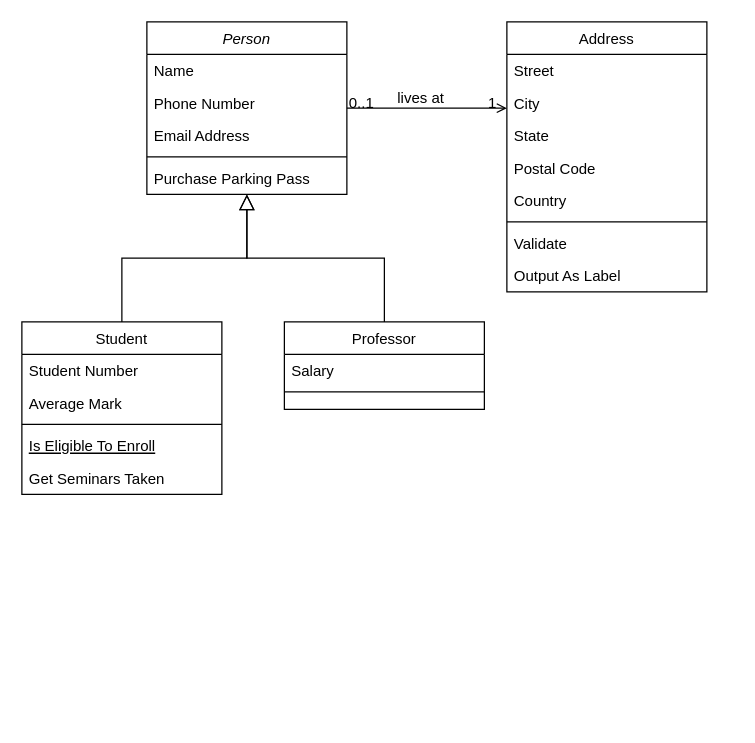
This is clas-diagram.drawio from rikirns/alur-perpus-digital, a draw.io file, before an edit. Source tidied: cells renumbered, new cells numbered last; positions are measured from the earlier drawing's top-left corner, leaving out a move shared by most shapes. Both pictures are drawn from the tidied source at 125%, with x=0, y=0 at pixel (21, 21).
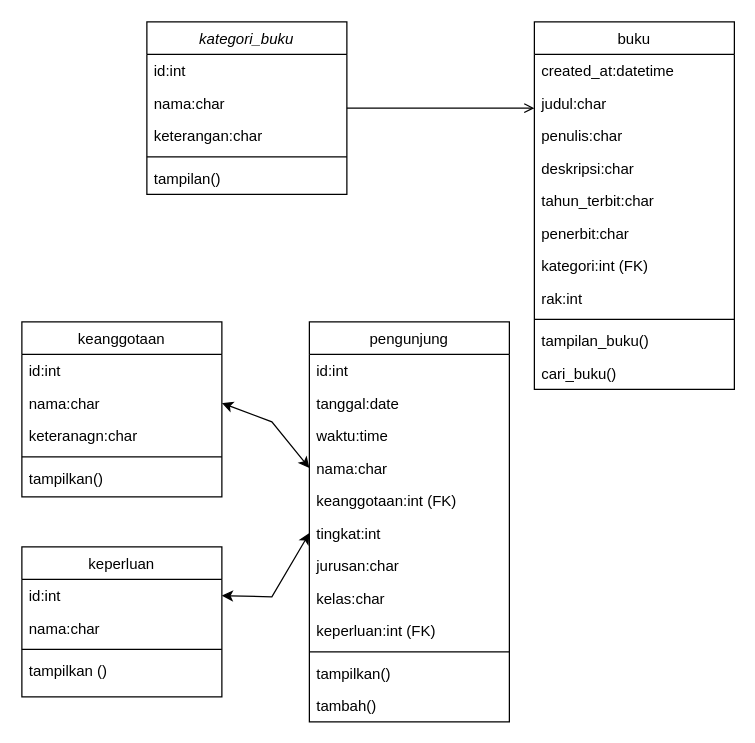
The same page after the edit.

Unchanged cells that the change refers to:
```xml
<mxCell id="28" style="endArrow=open;shadow=0;strokeWidth=1;rounded=0;endFill=1;edgeStyle=elbowEdgeStyle;elbow=vertical;" parent="1" edge="1" source="2" target="19">
  <mxGeometry x="0.5" y="41" relative="1" as="geometry">
    <mxPoint x="-40" y="32" as="offset" />
  </mxGeometry>
</mxCell>
```

The edit, as a diff of the source:
```diff
@@
-    <mxCell id="2" value="Person" style="swimlane;fontStyle=2;align=center;verticalAlign=top;horizontal=1;startSize=26;rounded=0;shadow=0;strokeWidth=1;" parent="1" vertex="1">
+    <mxCell id="2" value="kategori_buku" style="swimlane;fontStyle=2;align=center;verticalAlign=top;horizontal=1;startSize=26;rounded=0;shadow=0;strokeWidth=1;" parent="1" vertex="1">
       <mxGeometry x="100" width="160" height="138" as="geometry" />
     </mxCell>
-    <mxCell id="3" value="Name" style="text;align=left;verticalAlign=top;spacingLeft=4;spacingRight=4;overflow=hidden;" parent="2" vertex="1">
+    <mxCell id="3" value="id:int" style="text;align=left;verticalAlign=top;spacingLeft=4;spacingRight=4;overflow=hidden;" parent="2" vertex="1">
       <mxGeometry y="26" width="160" height="26" as="geometry" />
     </mxCell>
-    <mxCell id="4" value="Phone Number" style="text;align=left;verticalAlign=top;spacingLeft=4;spacingRight=4;overflow=hidden;rounded=0;shadow=0;html=0;" parent="2" vertex="1">
+    <mxCell id="4" value="nama:char" style="text;align=left;verticalAlign=top;spacingLeft=4;spacingRight=4;overflow=hidden;rounded=0;shadow=0;html=0;" parent="2" vertex="1">
       <mxGeometry y="52" width="160" height="26" as="geometry" />
     </mxCell>
-    <mxCell id="5" value="Email Address" style="text;align=left;verticalAlign=top;spacingLeft=4;spacingRight=4;overflow=hidden;rounded=0;shadow=0;html=0;" parent="2" vertex="1">
+    <mxCell id="5" value="keterangan:char" style="text;align=left;verticalAlign=top;spacingLeft=4;spacingRight=4;overflow=hidden;rounded=0;shadow=0;html=0;" parent="2" vertex="1">
       <mxGeometry y="78" width="160" height="26" as="geometry" />
     </mxCell>
@@
-    <mxCell id="7" value="Purchase Parking Pass" style="text;align=left;verticalAlign=top;spacingLeft=4;spacingRight=4;overflow=hidden;" parent="2" vertex="1">
+    <mxCell id="7" value="tampilan()" style="text;align=left;verticalAlign=top;spacingLeft=4;spacingRight=4;overflow=hidden;" parent="2" vertex="1">
       <mxGeometry y="112" width="160" height="26" as="geometry" />
     </mxCell>
-    <mxCell id="8" value="Student" style="swimlane;fontStyle=0;align=center;verticalAlign=top;horizontal=1;startSize=26;rounded=0;shadow=0;strokeWidth=1;" parent="1" vertex="1">
-      <mxGeometry y="240" width="160" height="138" as="geometry" />
+    <mxCell id="8" value="keanggotaan" style="swimlane;fontStyle=0;align=center;verticalAlign=top;horizontal=1;startSize=26;rounded=0;shadow=0;strokeWidth=1;" parent="1" vertex="1">
+      <mxGeometry y="240" width="160" height="140" as="geometry" />
     </mxCell>
-    <mxCell id="9" value="Student Number" style="text;align=left;verticalAlign=top;spacingLeft=4;spacingRight=4;overflow=hidden;" parent="8" vertex="1">
+    <mxCell id="9" value="id:int" style="text;align=left;verticalAlign=top;spacingLeft=4;spacingRight=4;overflow=hidden;" parent="8" vertex="1">
       <mxGeometry y="26" width="160" height="26" as="geometry" />
     </mxCell>
-    <mxCell id="10" value="Average Mark" style="text;align=left;verticalAlign=top;spacingLeft=4;spacingRight=4;overflow=hidden;points=[[0,0.5],[1,0.5]];portConstraint=eastwest;rounded=0;shadow=0;html=0;" parent="8" vertex="1">
+    <mxCell id="10" value="nama:char" style="text;align=left;verticalAlign=top;spacingLeft=4;spacingRight=4;overflow=hidden;points=[[0,0.5],[1,0.5]];portConstraint=eastwest;rounded=0;shadow=0;html=0;" parent="8" vertex="1">
       <mxGeometry y="52" width="160" height="26" as="geometry" />
     </mxCell>
+    <mxCell id="12" value="keteranagn:char" style="text;align=left;verticalAlign=top;spacingLeft=4;spacingRight=4;overflow=hidden;fontStyle=0;" parent="8" vertex="1">
+      <mxGeometry y="78" width="160" height="26" as="geometry" />
+    </mxCell>
     <mxCell id="11" style="line;html=1;strokeWidth=1;align=left;verticalAlign=middle;spacingTop=-1;spacingLeft=3;spacingRight=3;labelPosition=right;" parent="8" vertex="1">
-      <mxGeometry y="78" width="160" height="8" as="geometry" />
+      <mxGeometry y="104" width="160" height="8" as="geometry" />
     </mxCell>
-    <mxCell id="12" value="Is Eligible To Enroll" style="text;align=left;verticalAlign=top;spacingLeft=4;spacingRight=4;overflow=hidden;fontStyle=4;" parent="8" vertex="1">
-      <mxGeometry y="86" width="160" height="26" as="geometry" />
-    </mxCell>
-    <mxCell id="13" value="Get Seminars Taken" style="text;align=left;verticalAlign=top;spacingLeft=4;spacingRight=4;overflow=hidden;" parent="8" vertex="1">
-      <mxGeometry y="112" width="160" height="26" as="geometry" />
-    </mxCell>
-    <mxCell id="14" style="endArrow=block;endSize=10;endFill=0;shadow=0;strokeWidth=1;rounded=0;edgeStyle=elbowEdgeStyle;elbow=vertical;" parent="1" edge="1" source="8" target="2">
-      <mxGeometry relative="1" as="geometry" />
-    </mxCell>
+    <mxCell id="32" value="tampilkan()" style="text;align=left;verticalAlign=top;spacingLeft=4;spacingRight=4;overflow=hidden;rounded=0;shadow=0;html=0;" parent="8" vertex="1">
+      <mxGeometry y="112" width="160" height="26" as="geometry" />
+    </mxCell>
-    <mxCell id="15" value="Professor" style="swimlane;fontStyle=0;align=center;verticalAlign=top;horizontal=1;startSize=26;rounded=0;shadow=0;strokeWidth=1;" parent="1" vertex="1">
-      <mxGeometry x="210" y="240" width="160" height="70" as="geometry" />
+    <mxCell id="15" value="pengunjung" style="swimlane;fontStyle=0;align=center;verticalAlign=top;horizontal=1;startSize=26;rounded=0;shadow=0;strokeWidth=1;" parent="1" vertex="1">
+      <mxGeometry x="230" y="240" width="160" height="320" as="geometry" />
     </mxCell>
-    <mxCell id="16" value="Salary" style="text;align=left;verticalAlign=top;spacingLeft=4;spacingRight=4;overflow=hidden;" parent="15" vertex="1">
+    <mxCell id="16" value="id:int" style="text;align=left;verticalAlign=top;spacingLeft=4;spacingRight=4;overflow=hidden;" parent="15" vertex="1">
       <mxGeometry y="26" width="160" height="26" as="geometry" />
     </mxCell>
+    <mxCell id="33" value="tanggal:date" style="text;align=left;verticalAlign=top;spacingLeft=4;spacingRight=4;overflow=hidden;" parent="15" vertex="1">
+      <mxGeometry y="52" width="160" height="26" as="geometry" />
+    </mxCell>
+    <mxCell id="34" value="waktu:time" style="text;align=left;verticalAlign=top;spacingLeft=4;spacingRight=4;overflow=hidden;" parent="15" vertex="1">
+      <mxGeometry y="78" width="160" height="26" as="geometry" />
+    </mxCell>
+    <mxCell id="35" value="nama:char" style="text;align=left;verticalAlign=top;spacingLeft=4;spacingRight=4;overflow=hidden;points=[[0,0.5],[1,0.5]];portConstraint=eastwest;" parent="15" vertex="1">
+      <mxGeometry y="104" width="160" height="26" as="geometry" />
+    </mxCell>
+    <mxCell id="36" value="keanggotaan:int (FK)" style="text;align=left;verticalAlign=top;spacingLeft=4;spacingRight=4;overflow=hidden;" parent="15" vertex="1">
+      <mxGeometry y="130" width="160" height="26" as="geometry" />
+    </mxCell>
+    <mxCell id="37" value="tingkat:int" style="text;align=left;verticalAlign=top;spacingLeft=4;spacingRight=4;overflow=hidden;points=[[0,0.5],[1,0.5]];portConstraint=eastwest;" parent="15" vertex="1">
+      <mxGeometry y="156" width="160" height="26" as="geometry" />
+    </mxCell>
+    <mxCell id="38" value="jurusan:char" style="text;align=left;verticalAlign=top;spacingLeft=4;spacingRight=4;overflow=hidden;" parent="15" vertex="1">
+      <mxGeometry y="182" width="160" height="26" as="geometry" />
+    </mxCell>
+    <mxCell id="39" value="kelas:char" style="text;align=left;verticalAlign=top;spacingLeft=4;spacingRight=4;overflow=hidden;" parent="15" vertex="1">
+      <mxGeometry y="208" width="160" height="26" as="geometry" />
+    </mxCell>
+    <mxCell id="40" value="keperluan:int (FK)" style="text;align=left;verticalAlign=top;spacingLeft=4;spacingRight=4;overflow=hidden;" parent="15" vertex="1">
+      <mxGeometry y="234" width="160" height="26" as="geometry" />
+    </mxCell>
     <mxCell id="17" style="line;html=1;strokeWidth=1;align=left;verticalAlign=middle;spacingTop=-1;spacingLeft=3;spacingRight=3;labelPosition=right;" parent="15" vertex="1">
-      <mxGeometry y="52" width="160" height="8" as="geometry" />
+      <mxGeometry y="260" width="160" height="8" as="geometry" />
     </mxCell>
-    <mxCell id="18" style="endArrow=block;endSize=10;endFill=0;shadow=0;strokeWidth=1;rounded=0;edgeStyle=elbowEdgeStyle;elbow=vertical;" parent="1" edge="1" source="15" target="2">
-      <mxGeometry relative="1" as="geometry" />
-    </mxCell>
+    <mxCell id="41" value="tampilkan()" style="text;align=left;verticalAlign=top;spacingLeft=4;spacingRight=4;overflow=hidden;" parent="15" vertex="1">
+      <mxGeometry y="268" width="160" height="26" as="geometry" />
+    </mxCell>
+    <mxCell id="42" value="tambah()" style="text;align=left;verticalAlign=top;spacingLeft=4;spacingRight=4;overflow=hidden;" parent="15" vertex="1">
+      <mxGeometry y="294" width="160" height="26" as="geometry" />
+    </mxCell>
-    <mxCell id="19" value="Address" style="swimlane;fontStyle=0;align=center;verticalAlign=top;horizontal=1;startSize=26;rounded=0;shadow=0;strokeWidth=1;" parent="1" vertex="1">
-      <mxGeometry x="388" width="160" height="216" as="geometry" />
+    <mxCell id="19" value="buku" style="swimlane;fontStyle=0;align=center;verticalAlign=top;horizontal=1;startSize=26;rounded=0;shadow=0;strokeWidth=1;" parent="1" vertex="1">
+      <mxGeometry x="410" width="160" height="294" as="geometry" />
     </mxCell>
-    <mxCell id="20" value="Street" style="text;align=left;verticalAlign=top;spacingLeft=4;spacingRight=4;overflow=hidden;" parent="19" vertex="1">
+    <mxCell id="20" value="created_at:datetime" style="text;align=left;verticalAlign=top;spacingLeft=4;spacingRight=4;overflow=hidden;" parent="19" vertex="1">
       <mxGeometry y="26" width="160" height="26" as="geometry" />
     </mxCell>
-    <mxCell id="21" value="City" style="text;align=left;verticalAlign=top;spacingLeft=4;spacingRight=4;overflow=hidden;rounded=0;shadow=0;html=0;" parent="19" vertex="1">
+    <mxCell id="21" value="judul:char" style="text;align=left;verticalAlign=top;spacingLeft=4;spacingRight=4;overflow=hidden;rounded=0;shadow=0;html=0;" parent="19" vertex="1">
       <mxGeometry y="52" width="160" height="26" as="geometry" />
     </mxCell>
-    <mxCell id="22" value="State" style="text;align=left;verticalAlign=top;spacingLeft=4;spacingRight=4;overflow=hidden;rounded=0;shadow=0;html=0;" parent="19" vertex="1">
+    <mxCell id="22" value="penulis:char" style="text;align=left;verticalAlign=top;spacingLeft=4;spacingRight=4;overflow=hidden;rounded=0;shadow=0;html=0;" parent="19" vertex="1">
       <mxGeometry y="78" width="160" height="26" as="geometry" />
     </mxCell>
-    <mxCell id="23" value="Postal Code" style="text;align=left;verticalAlign=top;spacingLeft=4;spacingRight=4;overflow=hidden;rounded=0;shadow=0;html=0;" parent="19" vertex="1">
+    <mxCell id="23" value="deskripsi:char" style="text;align=left;verticalAlign=top;spacingLeft=4;spacingRight=4;overflow=hidden;rounded=0;shadow=0;html=0;" parent="19" vertex="1">
       <mxGeometry y="104" width="160" height="26" as="geometry" />
     </mxCell>
-    <mxCell id="24" value="Country" style="text;align=left;verticalAlign=top;spacingLeft=4;spacingRight=4;overflow=hidden;rounded=0;shadow=0;html=0;" parent="19" vertex="1">
+    <mxCell id="24" value="tahun_terbit:char" style="text;align=left;verticalAlign=top;spacingLeft=4;spacingRight=4;overflow=hidden;rounded=0;shadow=0;html=0;" parent="19" vertex="1">
       <mxGeometry y="130" width="160" height="26" as="geometry" />
     </mxCell>
+    <mxCell id="43" value="penerbit:char" style="text;align=left;verticalAlign=top;spacingLeft=4;spacingRight=4;overflow=hidden;rounded=0;shadow=0;html=0;" parent="19" vertex="1">
+      <mxGeometry y="156" width="160" height="26" as="geometry" />
+    </mxCell>
+    <mxCell id="44" value="kategori:int (FK)" style="text;align=left;verticalAlign=top;spacingLeft=4;spacingRight=4;overflow=hidden;rounded=0;shadow=0;html=0;" parent="19" vertex="1">
+      <mxGeometry y="182" width="160" height="26" as="geometry" />
+    </mxCell>
+    <mxCell id="45" value="rak:int" style="text;align=left;verticalAlign=top;spacingLeft=4;spacingRight=4;overflow=hidden;rounded=0;shadow=0;html=0;" parent="19" vertex="1">
+      <mxGeometry y="208" width="160" height="26" as="geometry" />
+    </mxCell>
     <mxCell id="25" style="line;html=1;strokeWidth=1;align=left;verticalAlign=middle;spacingTop=-1;spacingLeft=3;spacingRight=3;labelPosition=right;" parent="19" vertex="1">
-      <mxGeometry y="156" width="160" height="8" as="geometry" />
+      <mxGeometry y="234" width="160" height="8" as="geometry" />
     </mxCell>
-    <mxCell id="26" value="Validate" style="text;align=left;verticalAlign=top;spacingLeft=4;spacingRight=4;overflow=hidden;" parent="19" vertex="1">
-      <mxGeometry y="164" width="160" height="26" as="geometry" />
+    <mxCell id="26" value="tampilan_buku()" style="text;align=left;verticalAlign=top;spacingLeft=4;spacingRight=4;overflow=hidden;" parent="19" vertex="1">
+      <mxGeometry y="242" width="160" height="26" as="geometry" />
     </mxCell>
-    <mxCell id="27" value="Output As Label" style="text;align=left;verticalAlign=top;spacingLeft=4;spacingRight=4;overflow=hidden;" parent="19" vertex="1">
-      <mxGeometry y="190" width="160" height="26" as="geometry" />
+    <mxCell id="27" value="cari_buku()" style="text;align=left;verticalAlign=top;spacingLeft=4;spacingRight=4;overflow=hidden;" parent="19" vertex="1">
+      <mxGeometry y="268" width="160" height="26" as="geometry" />
     </mxCell>
@@
-    <mxCell id="29" value="0..1" style="align=left;verticalAlign=bottom;labelBackgroundColor=none;fontSize=12;" parent="28" vertex="1">
-      <mxGeometry x="-1" relative="1" as="geometry">
-        <mxPoint y="4" as="offset" />
-      </mxGeometry>
-    </mxCell>
-    <mxCell id="30" value="1" style="align=right;verticalAlign=bottom;labelBackgroundColor=none;fontSize=12;" parent="28" vertex="1">
-      <mxGeometry x="1" relative="1" as="geometry">
-        <mxPoint x="-7" y="4" as="offset" />
-      </mxGeometry>
-    </mxCell>
-    <mxCell id="31" value="lives at" style="text;html=1;align=center;verticalAlign=middle;labelBackgroundColor=none;rounded=0;shadow=0;strokeWidth=1;fontSize=12;" parent="28" vertex="1">
-      <mxGeometry x="0.5" y="49" relative="1" as="geometry">
-        <mxPoint x="-38" y="40" as="offset" />
-      </mxGeometry>
-    </mxCell>
+    <mxCell id="46" value="keperluan" style="swimlane;fontStyle=0;align=center;verticalAlign=top;horizontal=1;startSize=26;rounded=0;shadow=0;strokeWidth=1;" parent="1" vertex="1">
+      <mxGeometry y="420" width="160" height="120" as="geometry" />
+    </mxCell>
+    <mxCell id="47" value="id:int" style="text;align=left;verticalAlign=top;spacingLeft=4;spacingRight=4;overflow=hidden;points=[[0,0.5],[1,0.5]];portConstraint=eastwest;" parent="46" vertex="1">
+      <mxGeometry y="26" width="160" height="26" as="geometry" />
+    </mxCell>
+    <mxCell id="48" value="nama:char" style="text;align=left;verticalAlign=top;spacingLeft=4;spacingRight=4;overflow=hidden;rounded=0;shadow=0;html=0;" parent="46" vertex="1">
+      <mxGeometry y="52" width="160" height="26" as="geometry" />
+    </mxCell>
+    <mxCell id="49" style="line;html=1;strokeWidth=1;align=left;verticalAlign=middle;spacingTop=-1;spacingLeft=3;spacingRight=3;labelPosition=right;" parent="46" vertex="1">
+      <mxGeometry y="78" width="160" height="8" as="geometry" />
+    </mxCell>
+    <mxCell id="50" value="tampilkan ()" style="text;align=left;verticalAlign=top;spacingLeft=4;spacingRight=4;overflow=hidden;fontStyle=0;" parent="46" vertex="1">
+      <mxGeometry y="86" width="160" height="26" as="geometry" />
+    </mxCell>
+    <mxCell id="51" style="endArrow=classic;startArrow=classic;html=1;rounded=0;exitX=1;exitY=0.5;exitDx=0;exitDy=0;entryX=0;entryY=0.5;entryDx=0;entryDy=0;" parent="1" edge="1" source="10" target="35">
+      <mxGeometry relative="1" as="geometry">
+        <Array as="points">
+          <mxPoint x="200" y="320" />
+        </Array>
+      </mxGeometry>
+    </mxCell>
+    <mxCell id="52" style="endArrow=classic;startArrow=classic;html=1;rounded=0;exitX=1;exitY=0.5;exitDx=0;exitDy=0;entryX=0;entryY=0.5;entryDx=0;entryDy=0;" parent="1" edge="1" source="47" target="37">
+      <mxGeometry relative="1" as="geometry">
+        <Array as="points">
+          <mxPoint x="200" y="460" />
+        </Array>
+      </mxGeometry>
+    </mxCell>
```
